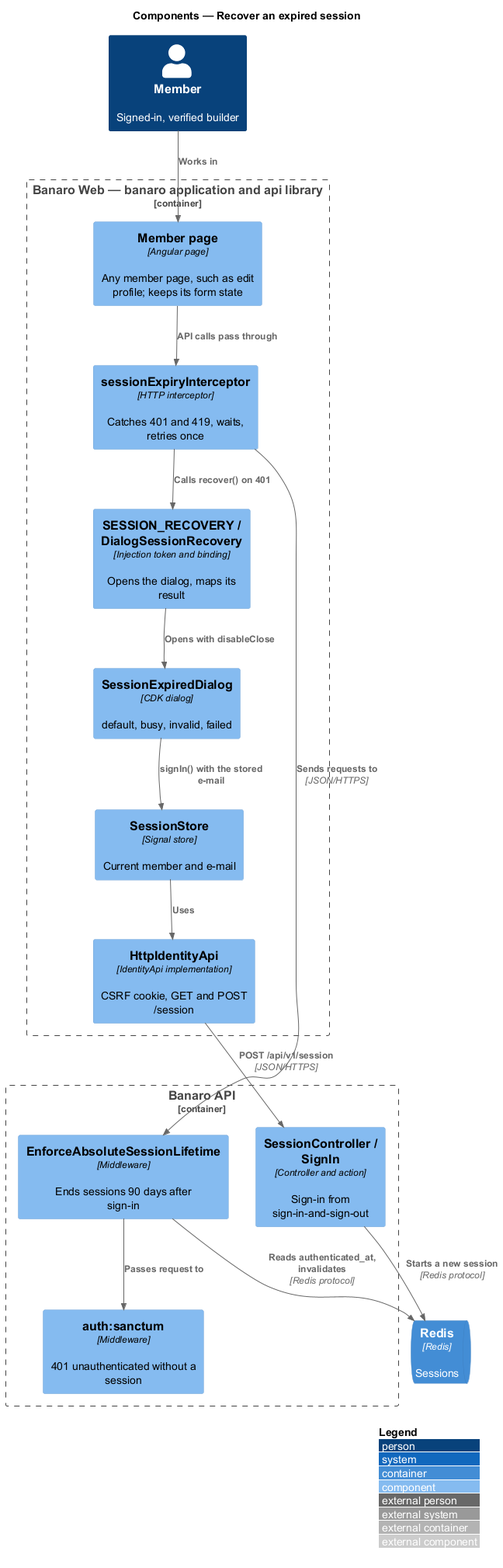
Before: docs/detailed-designs/identity/recover-expired-session/diagrams/c4-component.png, a diagram exported from PlantUML (QuinntyneBrown/banaro). The source it was exported from:
```plantuml
@startuml
!include <C4/C4_Component>
LAYOUT_WITH_LEGEND()
title Components — Recover an expired session

Person(member, "Member", "Signed-in, verified builder")
ContainerQueue(redis, "Redis", "Redis", "Sessions")

Container_Boundary(web, "Banaro Web — banaro application and api library") {
  Component(page, "Member page", "Angular page", "Any member page, such as edit profile; keeps its form state")
  Component(interceptor, "sessionExpiryInterceptor", "HTTP interceptor", "Catches 401 and 419, waits, retries once")
  Component(recovery, "SESSION_RECOVERY / DialogSessionRecovery", "Injection token and binding", "Opens the dialog, maps its result")
  Component(dialog, "SessionExpiredDialog", "CDK dialog", "default, busy, invalid, failed")
  Component(store, "SessionStore", "Signal store", "Current member and e-mail")
  Component(client, "HttpIdentityApi", "IdentityApi implementation", "CSRF cookie, GET and POST /session")
}

Container_Boundary(api, "Banaro API") {
  Component(absolute, "EnforceAbsoluteSessionLifetime", "Middleware", "Ends sessions 90 days after sign-in")
  Component(auth, "auth:sanctum", "Middleware", "401 unauthenticated without a session")
  Component(ctrl, "SessionController / SignIn", "Controller and action", "Sign-in from sign-in-and-sign-out")
}

Rel(member, page, "Works in")
Rel(page, interceptor, "API calls pass through")
Rel(interceptor, absolute, "Sends requests to", "JSON/HTTPS")
Rel(absolute, auth, "Passes request to")
Rel(interceptor, recovery, "Calls recover() on 401")
Rel(recovery, dialog, "Opens with disableClose")
Rel(dialog, store, "signIn() with the stored e-mail")
Rel(store, client, "Uses")
Rel(client, ctrl, "POST /api/v1/session", "JSON/HTTPS")
Rel(absolute, redis, "Reads authenticated_at, invalidates", "Redis protocol")
Rel(ctrl, redis, "Starts a new session", "Redis protocol")
@enduml
```
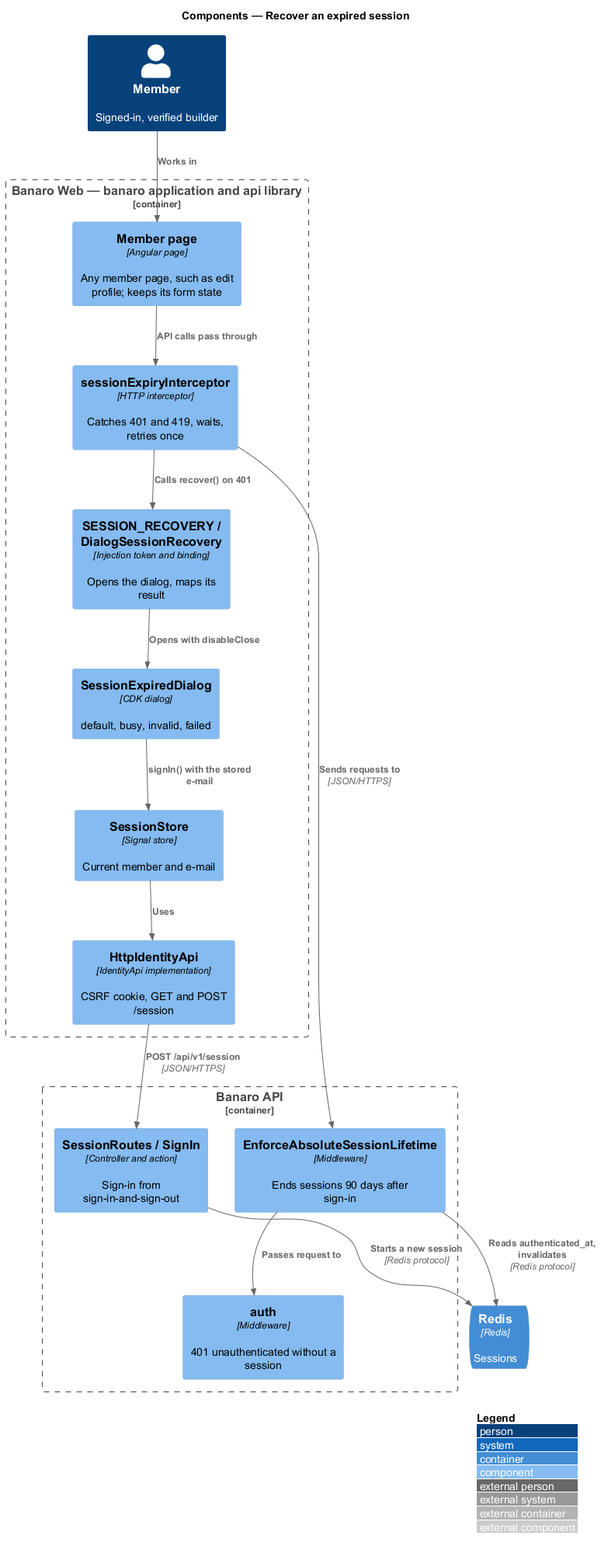
The same diagram one commit later.

Change to the diagram source:
```diff
@@ -17,8 +17,8 @@
 
 Container_Boundary(api, "Banaro API") {
   Component(absolute, "EnforceAbsoluteSessionLifetime", "Middleware", "Ends sessions 90 days after sign-in")
-  Component(auth, "auth:sanctum", "Middleware", "401 unauthenticated without a session")
-  Component(ctrl, "SessionController / SignIn", "Controller and action", "Sign-in from sign-in-and-sign-out")
+  Component(auth, "auth", "Middleware", "401 unauthenticated without a session")
+  Component(ctrl, "SessionRoutes / SignIn", "Controller and action", "Sign-in from sign-in-and-sign-out")
 }
 
 Rel(member, page, "Works in")
```
